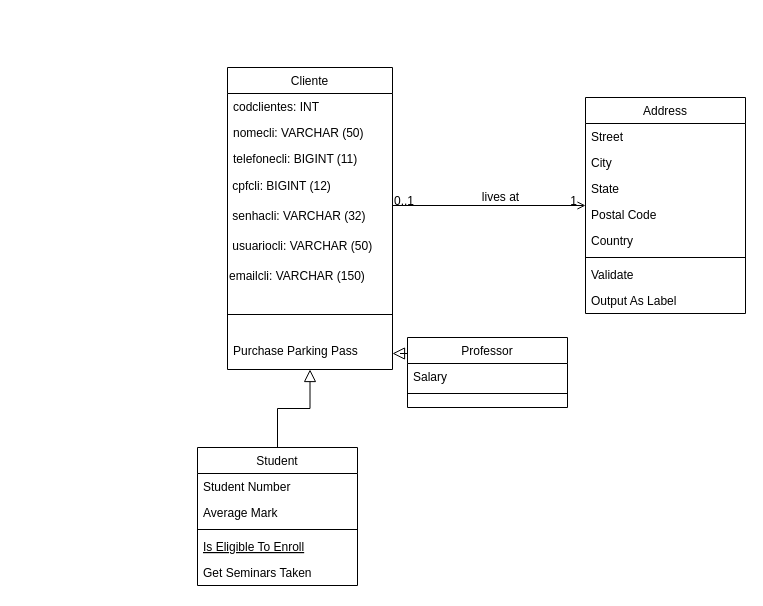
Above: diagrama de classe.drawio in LukaPaganoti/TCC-CEEP (draw.io), before the change. Source tidied: cells renumbered, new cells numbered last; positions are measured from the earlier drawing's top-left corner, leaving out a move shared by most shapes. Both pictures are drawn from the tidied source at 100%, with x=0, y=0 at pixel (197, 67).
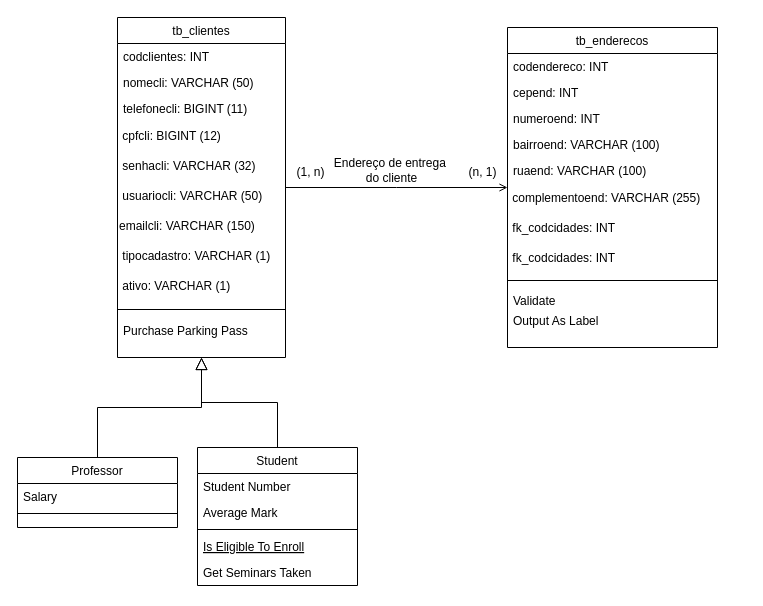
The same diagram, later.

Unchanged cells that the change refers to:
```xml
<mxCell id="32" style="endArrow=open;shadow=0;strokeWidth=1;rounded=0;endFill=1;edgeStyle=elbowEdgeStyle;elbow=vertical;fontFamily=Arial;" parent="1" edge="1" source="2" target="23">
  <mxGeometry x="0.5" y="41" relative="1" as="geometry">
    <mxPoint x="-40" y="32" as="offset" />
  </mxGeometry>
</mxCell>
```

Change to the diagram source:
```diff
@@
-    <mxCell id="2" value="Cliente" style="swimlane;fontStyle=0;align=center;verticalAlign=top;horizontal=1;startSize=26;rounded=0;shadow=0;strokeWidth=1;fontFamily=Arial;" parent="1" vertex="1">
-      <mxGeometry x="30" width="165" height="302" as="geometry" />
+    <mxCell id="2" value="tb_clientes" style="swimlane;fontStyle=0;align=center;verticalAlign=top;horizontal=1;startSize=26;rounded=0;shadow=0;strokeWidth=1;fontFamily=Arial;" parent="1" vertex="1">
+      <mxGeometry x="-80" y="-50" width="168" height="340" as="geometry" />
     </mxCell>
     <mxCell id="3" value="codclientes: INT" style="text;align=left;verticalAlign=top;spacingLeft=4;spacingRight=4;overflow=hidden;fontFamily=Arial;" parent="2" vertex="1">
-      <mxGeometry y="26" width="165" height="26" as="geometry" />
+      <mxGeometry y="26" width="168" height="26" as="geometry" />
     </mxCell>
     <mxCell id="4" value="nomecli: VARCHAR (50)" style="text;align=left;verticalAlign=top;spacingLeft=4;spacingRight=4;overflow=hidden;rounded=0;shadow=0;html=0;fontFamily=Arial;" parent="2" vertex="1">
-      <mxGeometry y="52" width="165" height="26" as="geometry" />
+      <mxGeometry y="52" width="168" height="26" as="geometry" />
     </mxCell>
     <mxCell id="5" value="telefonecli: BIGINT (11)" style="text;align=left;verticalAlign=top;spacingLeft=4;spacingRight=4;overflow=hidden;rounded=0;shadow=0;html=0;fontFamily=Arial;" parent="2" vertex="1">
-      <mxGeometry y="78" width="165" height="26" as="geometry" />
+      <mxGeometry y="78" width="168" height="26" as="geometry" />
     </mxCell>
     <mxCell id="6" value="&amp;nbsp;cpfcli: BIGINT (12)" style="text;html=1;align=left;verticalAlign=middle;strokeColor=none;fillColor=none;" parent="2" vertex="1">
-      <mxGeometry y="104" width="165" height="30" as="geometry" />
+      <mxGeometry y="104" width="168" height="30" as="geometry" />
     </mxCell>
     <mxCell id="7" value="&amp;nbsp;senhacli: VARCHAR (32)" style="text;html=1;align=left;verticalAlign=middle;strokeColor=none;fillColor=none;" parent="2" vertex="1">
-      <mxGeometry y="134" width="165" height="30" as="geometry" />
+      <mxGeometry y="134" width="168" height="30" as="geometry" />
     </mxCell>
     <mxCell id="8" value="&amp;nbsp;usuariocli: VARCHAR (50)" style="text;html=1;align=left;verticalAlign=middle;strokeColor=none;fillColor=none;" parent="2" vertex="1">
-      <mxGeometry y="164" width="165" height="30" as="geometry" />
+      <mxGeometry y="164" width="168" height="30" as="geometry" />
     </mxCell>
     <mxCell id="9" value="emailcli: VARCHAR (150)" style="text;html=1;align=left;verticalAlign=middle;strokeColor=none;fillColor=none;" parent="2" vertex="1">
-      <mxGeometry y="194" width="165" height="30" as="geometry" />
+      <mxGeometry y="194" width="168" height="30" as="geometry" />
     </mxCell>
+    <mxCell id="36" value="&amp;nbsp;tipocadastro: VARCHAR (1)" style="text;html=1;align=left;verticalAlign=middle;strokeColor=none;fillColor=none;" parent="2" vertex="1">
+      <mxGeometry y="224" width="168" height="30" as="geometry" />
+    </mxCell>
+    <mxCell id="37" value="&amp;nbsp;ativo: VARCHAR (1)" style="text;html=1;align=left;verticalAlign=middle;strokeColor=none;fillColor=none;" parent="2" vertex="1">
+      <mxGeometry y="254" width="168" height="30" as="geometry" />
+    </mxCell>
     <mxCell id="10" style="line;html=1;strokeWidth=1;align=left;verticalAlign=middle;spacingTop=-1;spacingLeft=3;spacingRight=3;labelPosition=right;fontFamily=Arial;" parent="2" vertex="1">
-      <mxGeometry y="224" width="165" height="46" as="geometry" />
+      <mxGeometry y="284" width="168" height="16" as="geometry" />
     </mxCell>
     <mxCell id="11" value="Purchase Parking Pass" style="text;align=left;verticalAlign=top;spacingLeft=4;spacingRight=4;overflow=hidden;fontFamily=Arial;" parent="2" vertex="1">
-      <mxGeometry y="270" width="165" height="32" as="geometry" />
+      <mxGeometry y="300" width="168" height="32" as="geometry" />
     </mxCell>
@@
     <mxCell id="19" value="Professor" style="swimlane;fontStyle=0;align=center;verticalAlign=top;horizontal=1;startSize=26;rounded=0;shadow=0;strokeWidth=1;fontFamily=Arial;" parent="1" vertex="1">
-      <mxGeometry x="210" y="270" width="160" height="70" as="geometry" />
+      <mxGeometry x="-180" y="390" width="160" height="70" as="geometry" />
     </mxCell>
@@
-    <mxCell id="23" value="Address" style="swimlane;fontStyle=0;align=center;verticalAlign=top;horizontal=1;startSize=26;rounded=0;shadow=0;strokeWidth=1;fontFamily=Arial;" parent="1" vertex="1">
-      <mxGeometry x="388" y="30" width="160" height="216" as="geometry" />
+    <mxCell id="23" value="tb_enderecos" style="swimlane;fontStyle=0;align=center;verticalAlign=top;horizontal=1;startSize=26;rounded=0;shadow=0;strokeWidth=1;fontFamily=Arial;" parent="1" vertex="1">
+      <mxGeometry x="310" y="-40" width="210" height="320" as="geometry" />
     </mxCell>
-    <mxCell id="24" value="Street" style="text;align=left;verticalAlign=top;spacingLeft=4;spacingRight=4;overflow=hidden;fontFamily=Arial;" parent="23" vertex="1">
-      <mxGeometry y="26" width="160" height="26" as="geometry" />
+    <mxCell id="24" value="codendereco: INT" style="text;align=left;verticalAlign=top;spacingLeft=4;spacingRight=4;overflow=hidden;fontFamily=Arial;" parent="23" vertex="1">
+      <mxGeometry y="26" width="210" height="26" as="geometry" />
     </mxCell>
-    <mxCell id="25" value="City" style="text;align=left;verticalAlign=top;spacingLeft=4;spacingRight=4;overflow=hidden;rounded=0;shadow=0;html=0;fontFamily=Arial;" parent="23" vertex="1">
-      <mxGeometry y="52" width="160" height="26" as="geometry" />
+    <mxCell id="25" value="cepend: INT" style="text;align=left;verticalAlign=top;spacingLeft=4;spacingRight=4;overflow=hidden;rounded=0;shadow=0;html=0;fontFamily=Arial;" parent="23" vertex="1">
+      <mxGeometry y="52" width="210" height="26" as="geometry" />
     </mxCell>
-    <mxCell id="26" value="State" style="text;align=left;verticalAlign=top;spacingLeft=4;spacingRight=4;overflow=hidden;rounded=0;shadow=0;html=0;fontFamily=Arial;" parent="23" vertex="1">
-      <mxGeometry y="78" width="160" height="26" as="geometry" />
+    <mxCell id="26" value="numeroend: INT" style="text;align=left;verticalAlign=top;spacingLeft=4;spacingRight=4;overflow=hidden;rounded=0;shadow=0;html=0;fontFamily=Arial;" parent="23" vertex="1">
+      <mxGeometry y="78" width="210" height="26" as="geometry" />
     </mxCell>
-    <mxCell id="27" value="Postal Code" style="text;align=left;verticalAlign=top;spacingLeft=4;spacingRight=4;overflow=hidden;rounded=0;shadow=0;html=0;fontFamily=Arial;" parent="23" vertex="1">
-      <mxGeometry y="104" width="160" height="26" as="geometry" />
+    <mxCell id="27" value="bairroend: VARCHAR (100)" style="text;align=left;verticalAlign=top;spacingLeft=4;spacingRight=4;overflow=hidden;rounded=0;shadow=0;html=0;fontFamily=Arial;" parent="23" vertex="1">
+      <mxGeometry y="104" width="210" height="26" as="geometry" />
     </mxCell>
-    <mxCell id="28" value="Country" style="text;align=left;verticalAlign=top;spacingLeft=4;spacingRight=4;overflow=hidden;rounded=0;shadow=0;html=0;fontFamily=Arial;" parent="23" vertex="1">
-      <mxGeometry y="130" width="160" height="26" as="geometry" />
+    <mxCell id="28" value="ruaend: VARCHAR (100)" style="text;align=left;verticalAlign=top;spacingLeft=4;spacingRight=4;overflow=hidden;rounded=0;shadow=0;html=0;fontFamily=Arial;" parent="23" vertex="1">
+      <mxGeometry y="130" width="210" height="26" as="geometry" />
     </mxCell>
+    <mxCell id="38" value="&amp;nbsp;complementoend: VARCHAR (255)" style="text;html=1;align=left;verticalAlign=middle;strokeColor=none;fillColor=none;" parent="23" vertex="1">
+      <mxGeometry y="156" width="210" height="30" as="geometry" />
+    </mxCell>
+    <mxCell id="39" value="&amp;nbsp;fk_codcidades: INT" style="text;html=1;align=left;verticalAlign=middle;strokeColor=none;fillColor=none;" parent="23" vertex="1">
+      <mxGeometry y="186" width="210" height="30" as="geometry" />
+    </mxCell>
+    <mxCell id="40" value="&amp;nbsp;fk_codcidades: INT" style="text;html=1;align=left;verticalAlign=middle;strokeColor=none;fillColor=none;" parent="23" vertex="1">
+      <mxGeometry y="216" width="210" height="30" as="geometry" />
+    </mxCell>
     <mxCell id="29" style="line;html=1;strokeWidth=1;align=left;verticalAlign=middle;spacingTop=-1;spacingLeft=3;spacingRight=3;labelPosition=right;fontFamily=Arial;" parent="23" vertex="1">
-      <mxGeometry y="156" width="160" height="8" as="geometry" />
+      <mxGeometry y="246" width="210" height="14" as="geometry" />
     </mxCell>
     <mxCell id="30" value="Validate" style="text;align=left;verticalAlign=top;spacingLeft=4;spacingRight=4;overflow=hidden;fontFamily=Arial;" parent="23" vertex="1">
-      <mxGeometry y="164" width="160" height="26" as="geometry" />
+      <mxGeometry y="260" width="210" height="20" as="geometry" />
     </mxCell>
     <mxCell id="31" value="Output As Label" style="text;align=left;verticalAlign=top;spacingLeft=4;spacingRight=4;overflow=hidden;fontFamily=Arial;" parent="23" vertex="1">
-      <mxGeometry y="190" width="160" height="26" as="geometry" />
+      <mxGeometry y="280" width="210" height="26" as="geometry" />
     </mxCell>
@@
-    <mxCell id="33" value="0..1" style="align=left;verticalAlign=bottom;labelBackgroundColor=none;fontSize=12;fontFamily=Arial;" parent="32" vertex="1">
+    <mxCell id="33" style="align=left;verticalAlign=bottom;labelBackgroundColor=none;fontSize=12;fontFamily=Arial;" parent="32" vertex="1">
       <mxGeometry x="-1" relative="1" as="geometry">
         <mxPoint y="4" as="offset" />
       </mxGeometry>
     </mxCell>
-    <mxCell id="34" value="1" style="align=right;verticalAlign=bottom;labelBackgroundColor=none;fontSize=12;fontFamily=Arial;" parent="32" vertex="1">
-      <mxGeometry x="1" relative="1" as="geometry">
-        <mxPoint x="-7" y="4" as="offset" />
-      </mxGeometry>
-    </mxCell>
-    <mxCell id="35" value="lives at" style="text;html=1;align=center;verticalAlign=middle;labelBackgroundColor=none;rounded=0;shadow=0;strokeWidth=1;fontSize=12;fontFamily=Arial;" parent="32" vertex="1">
+    <mxCell id="35" value="Endereço de entrega&amp;nbsp; &lt;br&gt;do cliente" style="text;html=1;align=center;verticalAlign=middle;labelBackgroundColor=none;rounded=0;shadow=0;strokeWidth=1;fontSize=12;fontFamily=Arial;" parent="32" vertex="1">
       <mxGeometry x="0.5" y="49" relative="1" as="geometry">
-        <mxPoint x="-38" y="40" as="offset" />
+        <mxPoint x="-62" y="31" as="offset" />
       </mxGeometry>
     </mxCell>
+    <mxCell id="41" value="(1, n)" style="text;html=1;align=center;verticalAlign=middle;strokeColor=none;fillColor=none;" parent="1" vertex="1">
+      <mxGeometry x="88" y="90" width="50" height="30" as="geometry" />
+    </mxCell>
+    <mxCell id="42" value="(n, 1)" style="text;html=1;align=center;verticalAlign=middle;strokeColor=none;fillColor=none;" parent="1" vertex="1">
+      <mxGeometry x="260" y="90" width="50" height="30" as="geometry" />
+    </mxCell>
```
